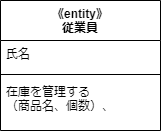
This is psp4/分析モデルのクラス図/分析モデルクラス図_在庫管理.drawio.png from MasakiHiguchi/---, a draw.io export, as it was before one commit. Source tidied: cells renumbered, new cells last; positions are measured from the earlier drawing's top-left corner, leaving out a move shared by most shapes.
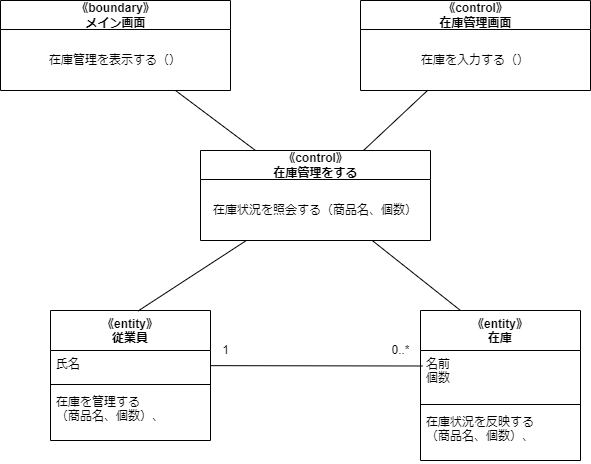
Later version of the same file.

The edit, as a diff of the source:
```diff
@@ -14,5 +14,56 @@
     <mxCell id="5" value="在庫を管理する&#10;（商品名、個数）、" style="text;strokeColor=none;fillColor=none;align=left;verticalAlign=top;spacingLeft=4;spacingRight=4;overflow=hidden;" parent="2" vertex="1">
       <mxGeometry y="78" width="160" height="52" as="geometry" />
     </mxCell>
+    <mxCell id="6" value="《entity》&#10;在庫" style="swimlane;fontStyle=1;align=center;verticalAlign=top;horizontal=1;startSize=40;" parent="1" vertex="1">
+      <mxGeometry x="370" width="160" height="150" as="geometry" />
+    </mxCell>
+    <mxCell id="7" value="名前&#10;個数" style="text;strokeColor=none;fillColor=none;align=left;verticalAlign=top;spacingLeft=4;spacingRight=4;overflow=hidden;points=[[0,0.5],[1,0.5]];portConstraint=eastwest;" parent="6" vertex="1">
+      <mxGeometry y="40" width="160" height="50" as="geometry" />
+    </mxCell>
+    <mxCell id="8" style="line;strokeWidth=1;fillColor=none;align=left;verticalAlign=middle;spacingTop=-1;spacingLeft=3;spacingRight=3;labelPosition=right;strokeColor=inherit;" parent="6" vertex="1">
+      <mxGeometry y="90" width="160" height="8" as="geometry" />
+    </mxCell>
+    <mxCell id="9" value="在庫状況を反映する&#10;（商品名、個数）、" style="text;strokeColor=none;fillColor=none;align=left;verticalAlign=top;spacingLeft=4;spacingRight=4;overflow=hidden;" parent="6" vertex="1">
+      <mxGeometry y="98" width="160" height="52" as="geometry" />
+    </mxCell>
+    <mxCell id="10" style="edgeStyle=none;html=1;entryX=0.013;entryY=0.31;entryDx=0;entryDy=0;entryPerimeter=0;endArrow=none;endFill=0;" parent="1" edge="1" source="3" target="7">
+      <mxGeometry relative="1" as="geometry" />
+    </mxCell>
+    <mxCell id="11" value="1" style="text;html=1;align=center;verticalAlign=middle;strokeColor=none;fillColor=none;" parent="1" vertex="1">
+      <mxGeometry x="160" y="25" width="30" height="30" as="geometry" />
+    </mxCell>
+    <mxCell id="12" value="0..*" style="text;html=1;align=center;verticalAlign=middle;strokeColor=none;fillColor=none;" parent="1" vertex="1">
+      <mxGeometry x="330" y="25" width="40" height="30" as="geometry" />
+    </mxCell>
+    <mxCell id="13" style="edgeStyle=none;html=1;entryX=0.547;entryY=0.004;entryDx=0;entryDy=0;entryPerimeter=0;endArrow=none;endFill=0;" parent="1" edge="1" source="15" target="2">
+      <mxGeometry relative="1" as="geometry" />
+    </mxCell>
+    <mxCell id="14" style="edgeStyle=none;html=1;entryX=0.25;entryY=0;entryDx=0;entryDy=0;endArrow=none;endFill=0;" parent="1" edge="1" source="15" target="6">
+      <mxGeometry relative="1" as="geometry" />
+    </mxCell>
+    <mxCell id="15" value="《control》&lt;br&gt;在庫管理をする" style="swimlane;fontStyle=1;align=center;verticalAlign=middle;horizontal=1;startSize=29;html=1;" parent="1" vertex="1">
+      <mxGeometry x="150" y="-160" width="230" height="90" as="geometry" />
+    </mxCell>
+    <mxCell id="16" value="在庫状況を照会する（商品名、個数）" style="text;html=1;strokeColor=none;fillColor=none;align=center;verticalAlign=middle;spacingLeft=4;spacingRight=4;overflow=hidden;" parent="15" vertex="1">
+      <mxGeometry y="29" width="230" height="61" as="geometry" />
+    </mxCell>
+    <mxCell id="17" style="edgeStyle=none;html=1;endArrow=none;endFill=0;" parent="1" edge="1" source="18" target="15">
+      <mxGeometry relative="1" as="geometry" />
+    </mxCell>
+    <mxCell id="18" value="《boundary》&lt;br&gt;メイン画面" style="swimlane;fontStyle=1;align=center;verticalAlign=middle;horizontal=1;startSize=29;html=1;" parent="1" vertex="1">
+      <mxGeometry x="-50" y="-310" width="230" height="90" as="geometry" />
+    </mxCell>
+    <mxCell id="19" value="在庫管理を表示する（）" style="text;html=1;strokeColor=none;fillColor=none;align=center;verticalAlign=middle;spacingLeft=4;spacingRight=4;overflow=hidden;" parent="18" vertex="1">
+      <mxGeometry y="29" width="230" height="61" as="geometry" />
+    </mxCell>
+    <mxCell id="20" style="edgeStyle=none;html=1;endArrow=none;endFill=0;" parent="1" edge="1" source="21" target="15">
+      <mxGeometry relative="1" as="geometry" />
+    </mxCell>
+    <mxCell id="21" value="《control》&lt;br&gt;在庫管理画面" style="swimlane;fontStyle=1;align=center;verticalAlign=middle;horizontal=1;startSize=29;html=1;" parent="1" vertex="1">
+      <mxGeometry x="310" y="-310" width="230" height="90" as="geometry" />
+    </mxCell>
+    <mxCell id="22" value="在庫を入力する（）" style="text;html=1;strokeColor=none;fillColor=none;align=center;verticalAlign=middle;spacingLeft=4;spacingRight=4;overflow=hidden;" parent="21" vertex="1">
+      <mxGeometry y="29" width="230" height="61" as="geometry" />
+    </mxCell>
   </root>
 </mxGraphModel>
```
